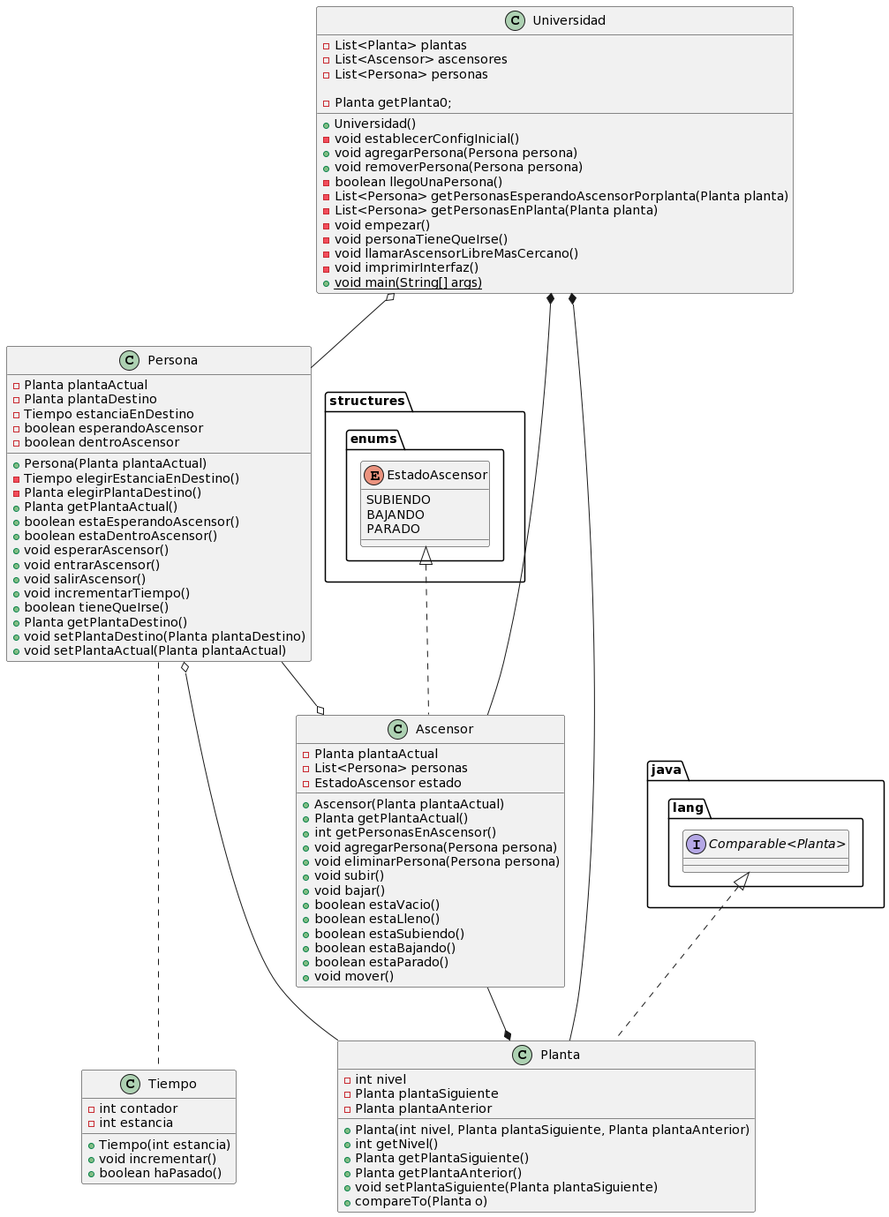
The PlantUML diagram entregas/Grupo4/ModeloDelDominio/images/diagramaDeClases.png in mmasias/IdSw2-22-23, before a commit.
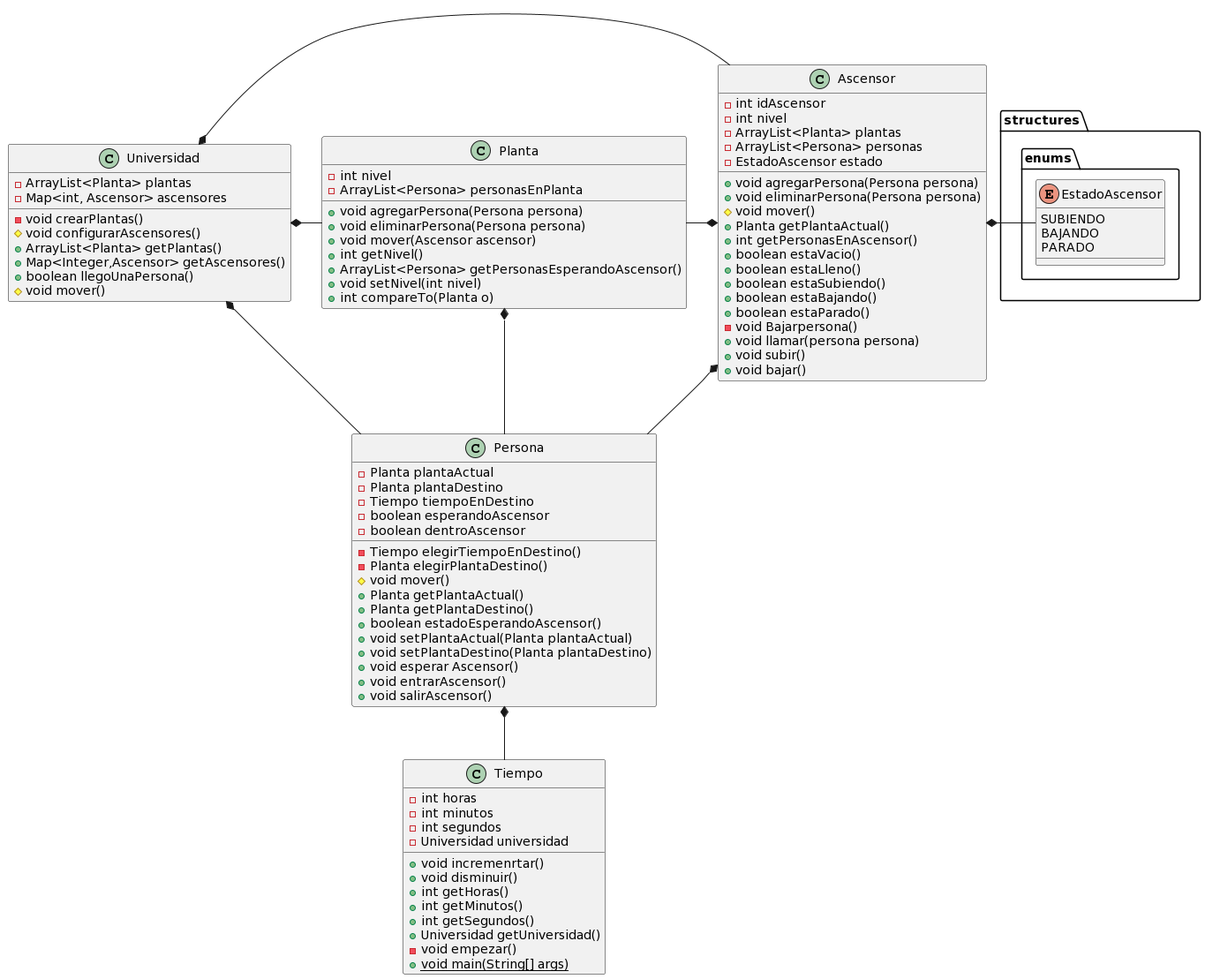
After the change.

Commit message:
Diagrama de clases y modelo del dominio actualizado

What changed in the source:
```diff
@@ -2,24 +2,21 @@
 class Persona {
     - Planta plantaActual
     - Planta plantaDestino
-    - Tiempo estanciaEnDestino
+    - Tiempo tiempoEnDestino
     - boolean esperandoAscensor
     - boolean dentroAscensor
-
-    + Persona(Planta plantaActual)
-    - Tiempo elegirEstanciaEnDestino()
+    - Tiempo elegirTiempoEnDestino()
     - Planta elegirPlantaDestino()
+    # void mover()
     + Planta getPlantaActual()
-    + boolean estaEsperandoAscensor()
-    + boolean estaDentroAscensor()
-    + void esperarAscensor()
+    + Planta getPlantaDestino()
+    + boolean estadoEsperandoAscensor()
+    + void setPlantaActual(Planta plantaActual)
+    + void setPlantaDestino(Planta plantaDestino)
+    + void esperar Ascensor()
     + void entrarAscensor()
     + void salirAscensor()
-    + void incrementarTiempo()
-    + boolean tieneQueIrse()
-    + Planta getPlantaDestino()
-    + void setPlantaDestino(Planta plantaDestino)
-    + void setPlantaActual(Planta plantaActual)
+
 }
 
 enum "structures.enums.EstadoAscensor" {
@@ -29,78 +26,76 @@
 }
 
 class Tiempo {
-    - int contador
-    - int estancia
+    - int horas
+    - int minutos
+    - int segundos
+    - Universidad universidad
+    + void incremenrtar()
+    + void disminuir()
+    + int getHoras()
+    + int getMinutos()
+    + int getSegundos()
+    + Universidad getUniversidad()
+    - void empezar()
+    + {static} void main(String[] args)
 
-    + Tiempo(int estancia)
-    + void incrementar()
-    + boolean haPasado()
 }
 
 
-class Planta implements "java.lang.Comparable<Planta>" {
+class Planta {
     - int nivel
-    - Planta plantaSiguiente
-    - Planta plantaAnterior
+    - ArrayList<Persona> personasEnPlanta
+    + void agregarPersona(Persona persona)
+    + void eliminarPersona(Persona persona)
+    + void mover(Ascensor ascensor)
+    + int getNivel()
+    + ArrayList<Persona> getPersonasEsperandoAscensor()
+    + void setNivel(int nivel)
+    + int compareTo(Planta o)
 
-    + Planta(int nivel, Planta plantaSiguiente, Planta plantaAnterior)
-    + int getNivel()
-    + Planta getPlantaSiguiente()
-    + Planta getPlantaAnterior()
-    + void setPlantaSiguiente(Planta plantaSiguiente)
-    + compareTo(Planta o)
 }
 
 
-class Ascensor implements "structures.enums.EstadoAscensor" {
-    - Planta plantaActual
-    - List<Persona> personas
+class Ascensor {
+    - int idAscensor
+    - int nivel
+    - ArrayList<Planta> plantas
+    - ArrayList<Persona> personas
     - EstadoAscensor estado
-
-    + Ascensor(Planta plantaActual)
+    + void agregarPersona(Persona persona)
+    + void eliminarPersona(Persona persona)
+    # void mover()
     + Planta getPlantaActual()
     + int getPersonasEnAscensor()
-    + void agregarPersona(Persona persona)
-    + void eliminarPersona(Persona persona)
-    + void subir()
-    + void bajar()
     + boolean estaVacio()
     + boolean estaLleno()
     + boolean estaSubiendo()
     + boolean estaBajando()
     + boolean estaParado()
-    + void mover()
+    - void Bajarpersona()
+    + void llamar(persona persona)
+    + void subir()
+    + void bajar()
 }
 
 
 class Universidad {
-    - List<Planta> plantas
-    - List<Ascensor> ascensores
-    - List<Persona> personas
-
-    + Universidad()
-    - void establecerConfigInicial()
-    + void agregarPersona(Persona persona)
-    + void removerPersona(Persona persona)
-    - boolean llegoUnaPersona()
-    - Planta getPlanta0;
-    - List<Persona> getPersonasEsperandoAscensorPorplanta(Planta planta)
-    - List<Persona> getPersonasEnPlanta(Planta planta)
-    - void empezar()
-    - void personaTieneQueIrse()
-    - void llamarAscensorLibreMasCercano()
-    - void imprimirInterfaz()
-    + {static} void main(String[] args)
+    - ArrayList<Planta> plantas
+    - Map<int, Ascensor> ascensores
+    - void crearPlantas()
+    # void configurarAscensores()
+    + ArrayList<Planta> getPlantas()
+    + Map<Integer,Ascensor> getAscensores()
+    + boolean llegoUnaPersona()
+    # void mover()
 }
 
-
-Planta -u-o Persona
-Ascensor o-u- Persona
-Planta *-u- Ascensor
-
-Planta -u-* Universidad
-Ascensor -u-* Universidad
-Persona -u-o Universidad
-
-Persona ... Tiempo
+Ascensor *--d Persona
+Ascensor *-u Planta
+Ascensor *- "structures.enums.EstadoAscensor"
+Universidad *- Ascensor
+Universidad *- Planta
+Universidad *- Persona
+Planta *--d Persona
+Persona *--d Tiempo
 @enduml
```
